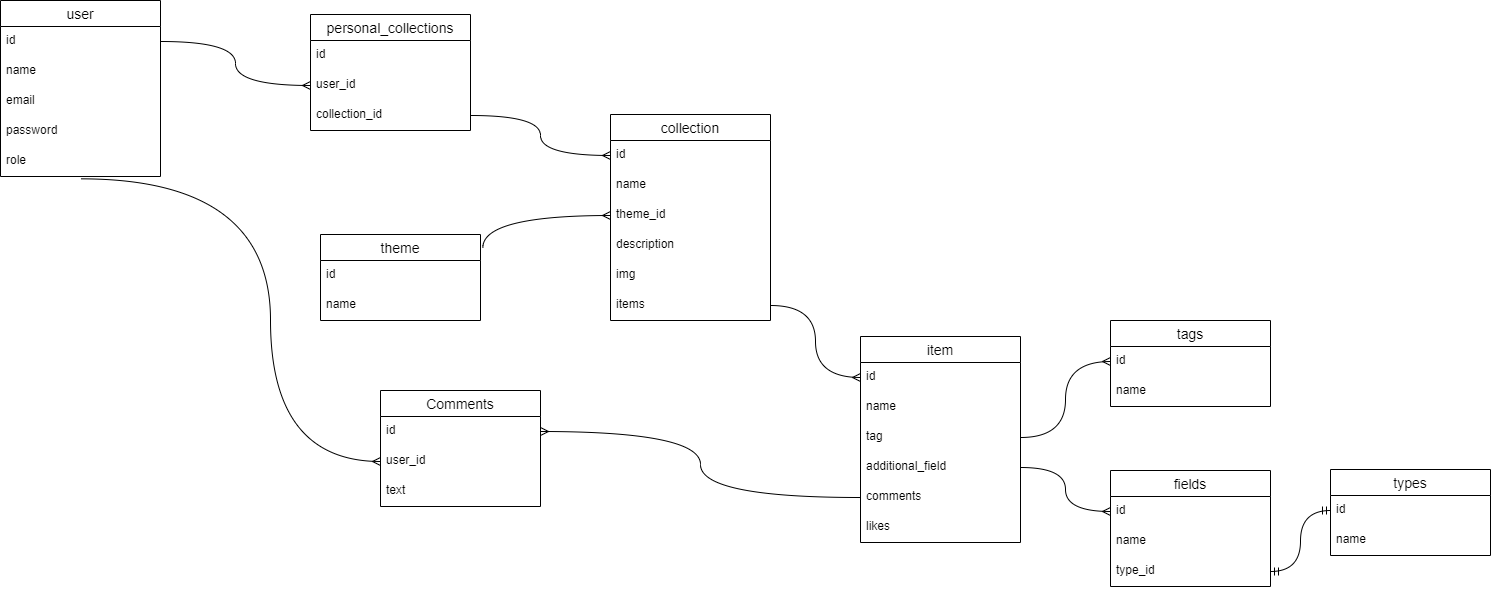
Delamenthe/personal-collections keeps this draw.io diagram as DB_diagram.png. Above is the earlier version. Source tidied: cells renumbered, new cells last; positions are measured from the earlier drawing's top-left corner, leaving out a move shared by most shapes.
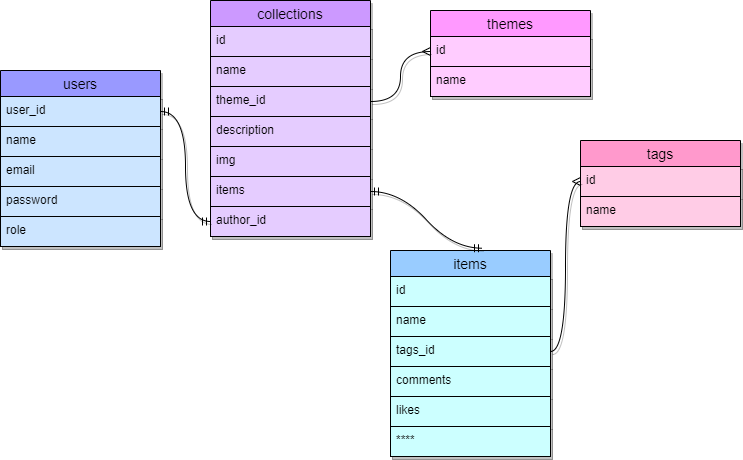
Above is the later version.

The edit, as a diff of the source:
```diff
@@ -2,155 +2,98 @@
   <root>
     <mxCell id="0" />
     <mxCell id="1" parent="0" />
-    <mxCell id="2" value="user" style="swimlane;fontStyle=0;horizontal=1;startSize=26;align=center;fontSize=14;" parent="1" vertex="1">
-      <mxGeometry width="160" height="176" as="geometry" />
+    <mxCell id="2" value="users" style="swimlane;fontStyle=0;horizontal=1;startSize=26;align=center;fontSize=14;fillColor=#9999FF;shadow=1;strokeColor=#000000;" parent="1" vertex="1">
+      <mxGeometry x="20" y="60" width="160" height="176" as="geometry" />
     </mxCell>
-    <mxCell id="3" value="id" style="text;strokeColor=none;fillColor=none;spacingLeft=4;spacingRight=4;overflow=hidden;points=[[0,0.5],[1,0.5]];portConstraint=eastwest;fontSize=12;" parent="2" vertex="1">
+    <mxCell id="3" value="user_id" style="text;strokeColor=#000000;fillColor=#CCE5FF;spacingLeft=4;spacingRight=4;overflow=hidden;points=[[0,0.5],[1,0.5]];portConstraint=eastwest;fontSize=12;shadow=1;" parent="2" vertex="1">
       <mxGeometry y="26" width="160" height="30" as="geometry" />
     </mxCell>
-    <mxCell id="4" value="name" style="text;strokeColor=none;fillColor=none;spacingLeft=4;spacingRight=4;overflow=hidden;fontSize=12;" parent="2" vertex="1">
+    <mxCell id="4" value="name" style="text;strokeColor=#000000;fillColor=#CCE5FF;spacingLeft=4;spacingRight=4;overflow=hidden;fontSize=12;shadow=1;" parent="2" vertex="1">
       <mxGeometry y="56" width="160" height="30" as="geometry" />
     </mxCell>
-    <mxCell id="5" value="email" style="text;strokeColor=none;fillColor=none;spacingLeft=4;spacingRight=4;overflow=hidden;fontSize=12;" parent="2" vertex="1">
+    <mxCell id="5" value="email" style="text;strokeColor=#000000;fillColor=#CCE5FF;spacingLeft=4;spacingRight=4;overflow=hidden;fontSize=12;shadow=1;" parent="2" vertex="1">
       <mxGeometry y="86" width="160" height="30" as="geometry" />
     </mxCell>
-    <mxCell id="6" value="password" style="text;strokeColor=none;fillColor=none;spacingLeft=4;spacingRight=4;overflow=hidden;fontSize=12;" parent="2" vertex="1">
+    <mxCell id="6" value="password" style="text;strokeColor=#000000;fillColor=#CCE5FF;spacingLeft=4;spacingRight=4;overflow=hidden;fontSize=12;shadow=1;" parent="2" vertex="1">
       <mxGeometry y="116" width="160" height="30" as="geometry" />
     </mxCell>
-    <mxCell id="7" value="role" style="text;strokeColor=none;fillColor=none;spacingLeft=4;spacingRight=4;overflow=hidden;points=[[0,0.5],[1,0.5]];portConstraint=eastwest;fontSize=12;" parent="2" vertex="1">
+    <mxCell id="7" value="role" style="text;strokeColor=#000000;fillColor=#CCE5FF;spacingLeft=4;spacingRight=4;overflow=hidden;points=[[0,0.5],[1,0.5]];portConstraint=eastwest;fontSize=12;shadow=1;" parent="2" vertex="1">
       <mxGeometry y="146" width="160" height="30" as="geometry" />
     </mxCell>
-    <mxCell id="8" value="collection" style="swimlane;fontStyle=0;horizontal=1;startSize=26;align=center;fontSize=14;" parent="1" vertex="1">
-      <mxGeometry x="610" y="114" width="160" height="206" as="geometry" />
+    <mxCell id="8" value="collections" style="swimlane;fontStyle=0;horizontal=1;startSize=26;align=center;fontSize=14;fillColor=#CC99FF;shadow=1;strokeColor=#000000;" parent="1" vertex="1">
+      <mxGeometry x="230" y="-10" width="160" height="236" as="geometry" />
     </mxCell>
-    <mxCell id="9" value="id" style="text;strokeColor=none;fillColor=none;spacingLeft=4;spacingRight=4;overflow=hidden;points=[[0,0.5],[1,0.5]];portConstraint=eastwest;fontSize=12;" parent="8" vertex="1">
+    <mxCell id="9" value="id" style="text;strokeColor=#000000;fillColor=#E5CCFF;spacingLeft=4;spacingRight=4;overflow=hidden;points=[[0,0.5],[1,0.5]];portConstraint=eastwest;fontSize=12;shadow=1;" parent="8" vertex="1">
       <mxGeometry y="26" width="160" height="30" as="geometry" />
     </mxCell>
-    <mxCell id="10" value="name" style="text;strokeColor=none;fillColor=none;spacingLeft=4;spacingRight=4;overflow=hidden;fontSize=12;" parent="8" vertex="1">
+    <mxCell id="10" value="name" style="text;strokeColor=#000000;fillColor=#E5CCFF;spacingLeft=4;spacingRight=4;overflow=hidden;fontSize=12;shadow=1;" parent="8" vertex="1">
       <mxGeometry y="56" width="160" height="30" as="geometry" />
     </mxCell>
-    <mxCell id="11" value="theme_id" style="text;strokeColor=none;fillColor=none;spacingLeft=4;spacingRight=4;overflow=hidden;points=[[0,0.5],[1,0.5]];portConstraint=eastwest;fontSize=12;" parent="8" vertex="1">
+    <mxCell id="11" value="theme_id" style="text;strokeColor=#000000;fillColor=#E5CCFF;spacingLeft=4;spacingRight=4;overflow=hidden;points=[[0,0.5],[1,0.5]];portConstraint=eastwest;fontSize=12;shadow=1;" parent="8" vertex="1">
       <mxGeometry y="86" width="160" height="30" as="geometry" />
     </mxCell>
-    <mxCell id="12" value="description" style="text;strokeColor=none;fillColor=none;spacingLeft=4;spacingRight=4;overflow=hidden;fontSize=12;" parent="8" vertex="1">
+    <mxCell id="12" value="description" style="text;strokeColor=#000000;fillColor=#E5CCFF;spacingLeft=4;spacingRight=4;overflow=hidden;fontSize=12;shadow=1;" parent="8" vertex="1">
       <mxGeometry y="116" width="160" height="30" as="geometry" />
     </mxCell>
-    <mxCell id="13" value="img" style="text;strokeColor=none;fillColor=none;spacingLeft=4;spacingRight=4;overflow=hidden;fontSize=12;" parent="8" vertex="1">
+    <mxCell id="13" value="img" style="text;strokeColor=#000000;fillColor=#E5CCFF;spacingLeft=4;spacingRight=4;overflow=hidden;fontSize=12;shadow=1;" parent="8" vertex="1">
       <mxGeometry y="146" width="160" height="30" as="geometry" />
     </mxCell>
-    <mxCell id="14" value="items" style="text;strokeColor=none;fillColor=none;spacingLeft=4;spacingRight=4;overflow=hidden;points=[[0,0.5],[1,0.5]];portConstraint=eastwest;fontSize=12;" parent="8" vertex="1">
+    <mxCell id="14" value="items" style="text;strokeColor=#000000;fillColor=#E5CCFF;spacingLeft=4;spacingRight=4;overflow=hidden;points=[[0,0.5],[1,0.5]];portConstraint=eastwest;fontSize=12;shadow=1;" parent="8" vertex="1">
       <mxGeometry y="176" width="160" height="30" as="geometry" />
     </mxCell>
-    <mxCell id="15" value="item" style="swimlane;fontStyle=0;horizontal=1;startSize=26;align=center;fontSize=14;" parent="1" vertex="1">
-      <mxGeometry x="860" y="336" width="160" height="206" as="geometry" />
-    </mxCell>
-    <mxCell id="16" value="id" style="text;strokeColor=none;fillColor=none;spacingLeft=4;spacingRight=4;overflow=hidden;points=[[0,0.5],[1,0.5]];portConstraint=eastwest;fontSize=12;" parent="15" vertex="1">
-      <mxGeometry y="26" width="160" height="30" as="geometry" />
-    </mxCell>
-    <mxCell id="17" value="name" style="text;strokeColor=none;fillColor=none;spacingLeft=4;spacingRight=4;overflow=hidden;fontSize=12;" parent="15" vertex="1">
-      <mxGeometry y="56" width="160" height="30" as="geometry" />
-    </mxCell>
-    <mxCell id="18" value="tag" style="text;strokeColor=none;fillColor=none;spacingLeft=4;spacingRight=4;overflow=hidden;points=[[0,0.5],[1,0.5]];portConstraint=eastwest;fontSize=12;" parent="15" vertex="1">
-      <mxGeometry y="86" width="160" height="30" as="geometry" />
-    </mxCell>
-    <mxCell id="19" value="additional_field" style="text;strokeColor=none;fillColor=none;spacingLeft=4;spacingRight=4;overflow=hidden;points=[[0,0.5],[1,0.5]];portConstraint=eastwest;fontSize=12;" parent="15" vertex="1">
-      <mxGeometry y="116" width="160" height="30" as="geometry" />
-    </mxCell>
-    <mxCell id="20" value="comments" style="text;strokeColor=none;fillColor=none;spacingLeft=4;spacingRight=4;overflow=hidden;points=[[0,0.5],[1,0.5]];portConstraint=eastwest;fontSize=12;" parent="15" vertex="1">
-      <mxGeometry y="146" width="160" height="30" as="geometry" />
-    </mxCell>
-    <mxCell id="21" value="likes" style="text;strokeColor=none;fillColor=none;spacingLeft=4;spacingRight=4;overflow=hidden;fontSize=12;" parent="15" vertex="1">
-      <mxGeometry y="176" width="160" height="30" as="geometry" />
-    </mxCell>
+    <mxCell id="52" value="author_id" style="text;strokeColor=#000000;fillColor=#E5CCFF;spacingLeft=4;spacingRight=4;overflow=hidden;points=[[0,0.5],[1,0.5]];portConstraint=eastwest;fontSize=12;shadow=1;" parent="8" vertex="1">
+      <mxGeometry y="206" width="160" height="30" as="geometry" />
+    </mxCell>
-    <mxCell id="22" value="theme" style="swimlane;fontStyle=0;horizontal=1;startSize=26;align=center;fontSize=14;" parent="1" vertex="1">
-      <mxGeometry x="320" y="234" width="160" height="86" as="geometry" />
+    <mxCell id="22" value="themes" style="swimlane;fontStyle=0;horizontal=1;startSize=26;align=center;fontSize=14;fillColor=#FF99FF;shadow=1;strokeColor=#000000;" parent="1" vertex="1">
+      <mxGeometry x="450" width="160" height="86" as="geometry" />
     </mxCell>
-    <mxCell id="23" value="id" style="text;strokeColor=none;fillColor=none;spacingLeft=4;spacingRight=4;overflow=hidden;points=[[0,0.5],[1,0.5]];portConstraint=eastwest;fontSize=12;" parent="22" vertex="1">
+    <mxCell id="23" value="id" style="text;strokeColor=#000000;fillColor=#FFCCFF;spacingLeft=4;spacingRight=4;overflow=hidden;points=[[0,0.5],[1,0.5]];portConstraint=eastwest;fontSize=12;shadow=1;" parent="22" vertex="1">
       <mxGeometry y="26" width="160" height="30" as="geometry" />
     </mxCell>
-    <mxCell id="24" value="name" style="text;strokeColor=none;fillColor=none;spacingLeft=4;spacingRight=4;overflow=hidden;fontSize=12;" parent="22" vertex="1">
+    <mxCell id="24" value="name" style="text;strokeColor=#000000;fillColor=#FFCCFF;spacingLeft=4;spacingRight=4;overflow=hidden;fontSize=12;shadow=1;" parent="22" vertex="1">
       <mxGeometry y="56" width="160" height="30" as="geometry" />
     </mxCell>
-    <mxCell id="25" style="edgeStyle=orthogonalEdgeStyle;fontSize=12;html=1;endArrow=ERmany;rounded=0;entryX=0;entryY=0.5;entryDx=0;entryDy=0;exitX=1.015;exitY=0.152;exitDx=0;exitDy=0;exitPerimeter=0;curved=1;" parent="1" edge="1" source="22" target="11">
+    <mxCell id="25" style="edgeStyle=orthogonalEdgeStyle;fontSize=12;html=1;endArrow=ERmany;rounded=0;exitX=1;exitY=0.5;exitDx=0;exitDy=0;curved=1;entryX=0;entryY=0.5;entryDx=0;entryDy=0;shadow=1;strokeColor=#000000;" parent="1" edge="1" source="11" target="23">
       <mxGeometry relative="1" as="geometry" />
     </mxCell>
-    <mxCell id="26" value="personal_collections" style="swimlane;fontStyle=0;horizontal=1;startSize=26;align=center;fontSize=14;" parent="1" vertex="1">
-      <mxGeometry x="310" y="14" width="160" height="116" as="geometry" />
-    </mxCell>
-    <mxCell id="27" value="id" style="text;strokeColor=none;fillColor=none;spacingLeft=4;spacingRight=4;overflow=hidden;fontSize=12;" parent="26" vertex="1">
-      <mxGeometry y="26" width="160" height="30" as="geometry" />
-    </mxCell>
-    <mxCell id="28" value="user_id" style="text;strokeColor=none;fillColor=none;spacingLeft=4;spacingRight=4;overflow=hidden;points=[[0,0.5],[1,0.5]];portConstraint=eastwest;fontSize=12;" parent="26" vertex="1">
-      <mxGeometry y="56" width="160" height="30" as="geometry" />
-    </mxCell>
-    <mxCell id="29" value="collection_id" style="text;strokeColor=none;fillColor=none;spacingLeft=4;spacingRight=4;overflow=hidden;points=[[0,0.5],[1,0.5]];portConstraint=eastwest;fontSize=12;" parent="26" vertex="1">
-      <mxGeometry y="86" width="160" height="30" as="geometry" />
-    </mxCell>
-    <mxCell id="30" style="edgeStyle=orthogonalEdgeStyle;fontSize=12;html=1;endArrow=ERmany;rounded=0;exitX=1;exitY=0.5;exitDx=0;exitDy=0;entryX=0;entryY=0.5;entryDx=0;entryDy=0;curved=1;" parent="1" edge="1" source="3" target="28">
-      <mxGeometry relative="1" as="geometry" />
-    </mxCell>
-    <mxCell id="31" style="edgeStyle=orthogonalEdgeStyle;fontSize=12;html=1;endArrow=ERmany;rounded=0;entryX=0;entryY=0.5;entryDx=0;entryDy=0;exitX=1;exitY=0.5;exitDx=0;exitDy=0;curved=1;" parent="1" edge="1" source="29" target="9">
-      <mxGeometry relative="1" as="geometry" />
-    </mxCell>
-    <mxCell id="32" style="edgeStyle=orthogonalEdgeStyle;fontSize=12;html=1;endArrow=ERmany;rounded=0;exitX=1;exitY=0.5;exitDx=0;exitDy=0;entryX=0;entryY=0.5;entryDx=0;entryDy=0;curved=1;" parent="1" edge="1" source="14" target="16">
-      <mxGeometry relative="1" as="geometry" />
-    </mxCell>
-    <mxCell id="33" value="tags" style="swimlane;fontStyle=0;horizontal=1;startSize=26;align=center;fontSize=14;" parent="1" vertex="1">
-      <mxGeometry x="1110" y="320" width="160" height="86" as="geometry" />
+    <mxCell id="33" value="tags" style="swimlane;fontStyle=0;horizontal=1;startSize=26;align=center;fontSize=14;fillColor=#FF99CC;shadow=1;strokeColor=#000000;" parent="1" vertex="1">
+      <mxGeometry x="600" y="130" width="160" height="86" as="geometry" />
     </mxCell>
-    <mxCell id="34" value="id" style="text;strokeColor=none;fillColor=none;spacingLeft=4;spacingRight=4;overflow=hidden;points=[[0,0.5],[1,0.5]];portConstraint=eastwest;fontSize=12;" parent="33" vertex="1">
+    <mxCell id="34" value="id" style="text;strokeColor=#000000;fillColor=#FFCCE6;spacingLeft=4;spacingRight=4;overflow=hidden;points=[[0,0.5],[1,0.5]];portConstraint=eastwest;fontSize=12;shadow=1;" parent="33" vertex="1">
       <mxGeometry y="26" width="160" height="30" as="geometry" />
     </mxCell>
-    <mxCell id="35" value="name" style="text;strokeColor=none;fillColor=none;spacingLeft=4;spacingRight=4;overflow=hidden;fontSize=12;" parent="33" vertex="1">
+    <mxCell id="35" value="name" style="text;strokeColor=#000000;fillColor=#FFCCE6;spacingLeft=4;spacingRight=4;overflow=hidden;fontSize=12;shadow=1;" parent="33" vertex="1">
       <mxGeometry y="56" width="160" height="30" as="geometry" />
     </mxCell>
-    <mxCell id="36" style="edgeStyle=orthogonalEdgeStyle;fontSize=12;html=1;endArrow=ERmany;rounded=0;exitX=1;exitY=0.5;exitDx=0;exitDy=0;entryX=0;entryY=0.5;entryDx=0;entryDy=0;curved=1;" parent="1" edge="1" source="18" target="34">
-      <mxGeometry relative="1" as="geometry" />
-    </mxCell>
-    <mxCell id="37" value="fields" style="swimlane;fontStyle=0;horizontal=1;startSize=26;align=center;fontSize=14;" parent="1" vertex="1">
-      <mxGeometry x="1110" y="470" width="160" height="116" as="geometry" />
-    </mxCell>
-    <mxCell id="38" value="id" style="text;strokeColor=none;fillColor=none;spacingLeft=4;spacingRight=4;overflow=hidden;points=[[0,0.5],[1,0.5]];portConstraint=eastwest;fontSize=12;" parent="37" vertex="1">
-      <mxGeometry y="26" width="160" height="30" as="geometry" />
-    </mxCell>
-    <mxCell id="39" value="name" style="text;strokeColor=none;fillColor=none;spacingLeft=4;spacingRight=4;overflow=hidden;fontSize=12;" parent="37" vertex="1">
-      <mxGeometry y="56" width="160" height="30" as="geometry" />
-    </mxCell>
-    <mxCell id="40" value="type_id" style="text;strokeColor=none;fillColor=none;spacingLeft=4;spacingRight=4;overflow=hidden;points=[[0,0.5],[1,0.5]];portConstraint=eastwest;fontSize=12;" parent="37" vertex="1">
-      <mxGeometry y="86" width="160" height="30" as="geometry" />
-    </mxCell>
-    <mxCell id="41" style="edgeStyle=orthogonalEdgeStyle;fontSize=12;html=1;endArrow=ERmany;rounded=0;exitX=1;exitY=0.5;exitDx=0;exitDy=0;entryX=0;entryY=0.5;entryDx=0;entryDy=0;curved=1;" parent="1" edge="1" source="19" target="38">
-      <mxGeometry relative="1" as="geometry" />
-    </mxCell>
-    <mxCell id="42" value="types" style="swimlane;fontStyle=0;horizontal=1;startSize=26;align=center;fontSize=14;" parent="1" vertex="1">
-      <mxGeometry x="1330" y="469" width="160" height="86" as="geometry" />
-    </mxCell>
-    <mxCell id="43" value="id" style="text;strokeColor=none;fillColor=none;spacingLeft=4;spacingRight=4;overflow=hidden;points=[[0,0.5],[1,0.5]];portConstraint=eastwest;fontSize=12;" parent="42" vertex="1">
-      <mxGeometry y="26" width="160" height="30" as="geometry" />
-    </mxCell>
-    <mxCell id="44" value="name" style="text;strokeColor=none;fillColor=none;spacingLeft=4;spacingRight=4;overflow=hidden;fontSize=12;" parent="42" vertex="1">
-      <mxGeometry y="56" width="160" height="30" as="geometry" />
-    </mxCell>
-    <mxCell id="45" style="edgeStyle=orthogonalEdgeStyle;fontSize=12;html=1;endArrow=ERmandOne;startArrow=ERmandOne;rounded=0;exitX=1;exitY=0.5;exitDx=0;exitDy=0;entryX=0;entryY=0.5;entryDx=0;entryDy=0;curved=1;" parent="1" edge="1" source="40" target="43">
-      <mxGeometry relative="1" as="geometry" />
-    </mxCell>
-    <mxCell id="46" value="Comments" style="swimlane;fontStyle=0;horizontal=1;startSize=26;align=center;fontSize=14;" parent="1" vertex="1">
-      <mxGeometry x="380" y="390" width="160" height="116" as="geometry" />
-    </mxCell>
-    <mxCell id="47" value="id" style="text;strokeColor=none;fillColor=none;spacingLeft=4;spacingRight=4;overflow=hidden;points=[[0,0.5],[1,0.5]];portConstraint=eastwest;fontSize=12;" parent="46" vertex="1">
-      <mxGeometry y="26" width="160" height="30" as="geometry" />
-    </mxCell>
-    <mxCell id="48" value="user_id" style="text;strokeColor=none;fillColor=none;spacingLeft=4;spacingRight=4;overflow=hidden;points=[[0,0.5],[1,0.5]];portConstraint=eastwest;fontSize=12;" parent="46" vertex="1">
-      <mxGeometry y="56" width="160" height="30" as="geometry" />
-    </mxCell>
-    <mxCell id="49" value="text" style="text;strokeColor=none;fillColor=none;spacingLeft=4;spacingRight=4;overflow=hidden;fontSize=12;" parent="46" vertex="1">
-      <mxGeometry y="86" width="160" height="30" as="geometry" />
-    </mxCell>
-    <mxCell id="50" style="edgeStyle=orthogonalEdgeStyle;fontSize=12;html=1;endArrow=ERmany;rounded=0;entryX=0;entryY=0.5;entryDx=0;entryDy=0;exitX=0.502;exitY=1.078;exitDx=0;exitDy=0;exitPerimeter=0;curved=1;" parent="1" edge="1" source="7" target="48">
-      <mxGeometry relative="1" as="geometry" />
-    </mxCell>
-    <mxCell id="51" style="edgeStyle=orthogonalEdgeStyle;fontSize=12;html=1;endArrow=ERmany;rounded=0;entryX=1;entryY=0.5;entryDx=0;entryDy=0;exitX=0;exitY=0.5;exitDx=0;exitDy=0;curved=1;" parent="1" edge="1" source="20" target="47">
-      <mxGeometry relative="1" as="geometry" />
-    </mxCell>
+    <mxCell id="53" style="edgeStyle=orthogonalEdgeStyle;fontSize=12;html=1;endArrow=ERmandOne;startArrow=ERmandOne;rounded=0;entryX=0;entryY=0.5;entryDx=0;entryDy=0;exitX=1;exitY=0.5;exitDx=0;exitDy=0;curved=1;shadow=1;strokeColor=#000000;" parent="1" edge="1" source="3" target="52">
+      <mxGeometry relative="1" as="geometry" />
+    </mxCell>
+    <mxCell id="54" value="items" style="swimlane;fontStyle=0;horizontal=1;startSize=26;align=center;fontSize=14;fillColor=#99CCFF;shadow=1;strokeColor=#000000;" parent="1" vertex="1">
+      <mxGeometry x="410" y="240" width="160" height="206" as="geometry" />
+    </mxCell>
+    <mxCell id="55" value="id" style="text;strokeColor=#000000;fillColor=#CCFFFF;spacingLeft=4;spacingRight=4;overflow=hidden;fontSize=12;shadow=1;" parent="54" vertex="1">
+      <mxGeometry y="26" width="160" height="30" as="geometry" />
+    </mxCell>
+    <mxCell id="56" value="name" style="text;strokeColor=#000000;fillColor=#CCFFFF;spacingLeft=4;spacingRight=4;overflow=hidden;fontSize=12;shadow=1;" parent="54" vertex="1">
+      <mxGeometry y="56" width="160" height="30" as="geometry" />
+    </mxCell>
+    <mxCell id="57" value="tags_id" style="text;strokeColor=#000000;fillColor=#CCFFFF;spacingLeft=4;spacingRight=4;overflow=hidden;points=[[0,0.5],[1,0.5]];portConstraint=eastwest;fontSize=12;shadow=1;" parent="54" vertex="1">
+      <mxGeometry y="86" width="160" height="30" as="geometry" />
+    </mxCell>
+    <mxCell id="20" value="comments" style="text;strokeColor=#000000;fillColor=#CCFFFF;spacingLeft=4;spacingRight=4;overflow=hidden;points=[[0,0.5],[1,0.5]];portConstraint=eastwest;fontSize=12;shadow=1;" parent="54" vertex="1">
+      <mxGeometry y="116" width="160" height="30" as="geometry" />
+    </mxCell>
+    <mxCell id="21" value="likes" style="text;strokeColor=#000000;fillColor=#CCFFFF;spacingLeft=4;spacingRight=4;overflow=hidden;fontSize=12;shadow=1;" parent="54" vertex="1">
+      <mxGeometry y="146" width="160" height="30" as="geometry" />
+    </mxCell>
+    <mxCell id="58" value="****" style="text;strokeColor=#000000;fillColor=#CCFFFF;spacingLeft=4;spacingRight=4;overflow=hidden;fontSize=12;shadow=1;" parent="54" vertex="1">
+      <mxGeometry y="176" width="160" height="30" as="geometry" />
+    </mxCell>
+    <mxCell id="59" style="edgeStyle=orthogonalEdgeStyle;fontSize=12;html=1;endArrow=ERmany;rounded=0;exitX=1;exitY=0.5;exitDx=0;exitDy=0;entryX=0;entryY=0.5;entryDx=0;entryDy=0;curved=1;shadow=1;strokeColor=#000000;" parent="1" edge="1" source="57" target="34">
+      <mxGeometry relative="1" as="geometry" />
+    </mxCell>
+    <mxCell id="60" style="edgeStyle=entityRelationEdgeStyle;fontSize=12;html=1;endArrow=ERmandOne;startArrow=ERmandOne;rounded=0;curved=1;exitX=1;exitY=0.5;exitDx=0;exitDy=0;entryX=0.575;entryY=-0.011;entryDx=0;entryDy=0;entryPerimeter=0;shadow=1;strokeColor=#000000;" parent="1" edge="1" source="14" target="54">
+      <mxGeometry relative="1" as="geometry" />
+    </mxCell>
   </root>
 </mxGraphModel>
```
